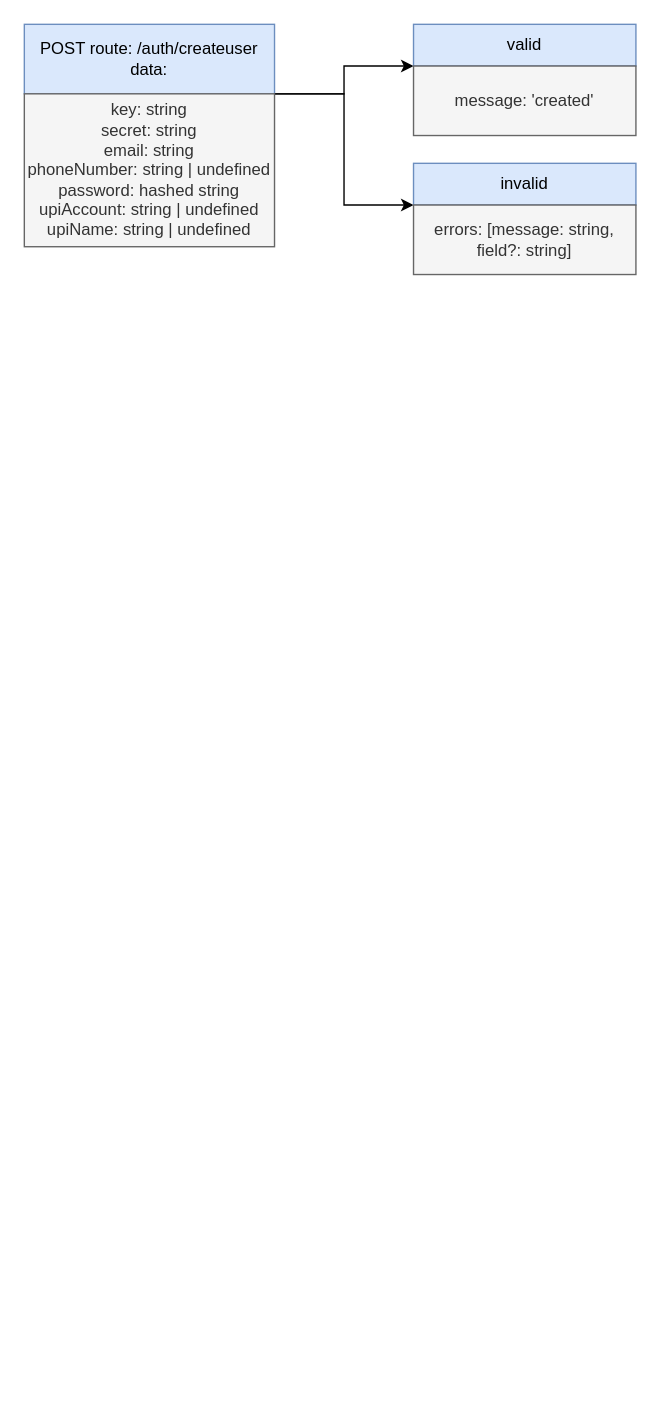
The draw.io diagram page "Auth" (2 of 4) of API Requests.drawio in papaya147/verbose-engine, before the edit. Source tidied: cells renumbered, new cells numbered last; positions are measured from the earlier drawing's top-left corner, leaving out a move shared by most shapes. Both pictures are drawn from the tidied source at 139%, with x=0, y=0 at pixel (24, 24).
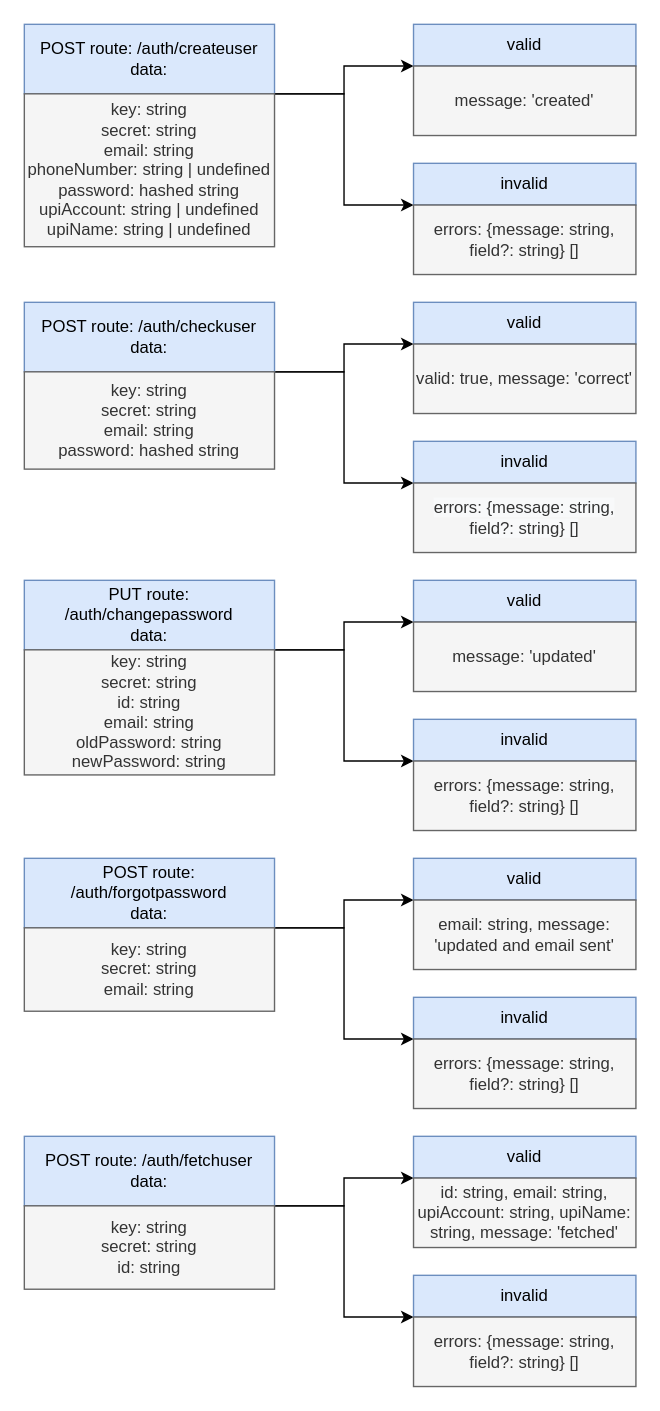
After the change.

The edit, as a diff of the source:
```diff
@@
-    <mxCell id="9" value="errors: [message: string, field?: string]" style="rounded=0;whiteSpace=wrap;html=1;fillColor=#f5f5f5;strokeColor=#666666;fontColor=#333333;align=center;" parent="1" vertex="1">
+    <mxCell id="9" value="errors: {message: string, field?: string} []" style="rounded=0;whiteSpace=wrap;html=1;fillColor=#f5f5f5;strokeColor=#666666;fontColor=#333333;align=center;" parent="1" vertex="1">
       <mxGeometry x="280" y="130" width="160" height="50" as="geometry" />
     </mxCell>
+    <mxCell id="10" style="edgeStyle=orthogonalEdgeStyle;rounded=0;jettySize=auto;html=1;exitX=1;exitY=1;exitDx=0;exitDy=0;entryX=0;entryY=0;entryDx=0;entryDy=0;" parent="1" edge="1" source="12" target="15">
+      <mxGeometry relative="1" as="geometry">
+        <Array as="points">
+          <mxPoint x="230" y="250" />
+          <mxPoint x="230" y="230" />
+        </Array>
+      </mxGeometry>
+    </mxCell>
+    <mxCell id="11" style="edgeStyle=orthogonalEdgeStyle;rounded=0;jettySize=auto;html=1;exitX=1;exitY=1;exitDx=0;exitDy=0;entryX=0;entryY=0;entryDx=0;entryDy=0;fontColor=#333333;" parent="1" edge="1" source="12" target="17">
+      <mxGeometry relative="1" as="geometry">
+        <Array as="points">
+          <mxPoint x="230" y="250" />
+          <mxPoint x="230" y="330" />
+        </Array>
+      </mxGeometry>
+    </mxCell>
+    <mxCell id="12" value="POST route: /auth/checkuser&lt;br&gt;data:" style="rounded=0;whiteSpace=wrap;html=1;fillColor=#dae8fc;strokeColor=#6c8ebf;" parent="1" vertex="1">
+      <mxGeometry y="200" width="180" height="50" as="geometry" />
+    </mxCell>
+    <mxCell id="13" value="key: string&lt;br&gt;secret: string&lt;br&gt;email: string&lt;br&gt;password: hashed string" style="rounded=0;whiteSpace=wrap;html=1;fillColor=#f5f5f5;strokeColor=#666666;fontColor=#333333;" parent="1" vertex="1">
+      <mxGeometry y="250" width="180" height="70" as="geometry" />
+    </mxCell>
+    <mxCell id="14" value="valid" style="rounded=0;whiteSpace=wrap;html=1;fillColor=#dae8fc;strokeColor=#6c8ebf;" parent="1" vertex="1">
+      <mxGeometry x="280" y="200" width="160" height="30" as="geometry" />
+    </mxCell>
+    <mxCell id="15" value="valid: true, message: 'correct'" style="rounded=0;whiteSpace=wrap;html=1;fillColor=#f5f5f5;strokeColor=#666666;fontColor=#333333;" parent="1" vertex="1">
+      <mxGeometry x="280" y="230" width="160" height="50" as="geometry" />
+    </mxCell>
+    <mxCell id="16" value="invalid" style="rounded=0;whiteSpace=wrap;html=1;fillColor=#dae8fc;strokeColor=#6c8ebf;" parent="1" vertex="1">
+      <mxGeometry x="280" y="300" width="160" height="30" as="geometry" />
+    </mxCell>
+    <mxCell id="17" value="&lt;span style=&quot;caret-color: rgb(51, 51, 51); color: rgb(51, 51, 51); font-family: Helvetica; font-size: 12px; font-style: normal; font-variant-caps: normal; font-weight: 400; letter-spacing: normal; text-align: center; text-indent: 0px; text-transform: none; word-spacing: 0px; -webkit-text-stroke-width: 0px; background-color: rgb(248, 249, 250); text-decoration: none; float: none; display: inline !important;&quot;&gt;errors: {message: string, field?: string} []&lt;/span&gt;" style="rounded=0;whiteSpace=wrap;html=1;fillColor=#f5f5f5;strokeColor=#666666;fontColor=#333333;align=center;" parent="1" vertex="1">
+      <mxGeometry x="280" y="330" width="160" height="50" as="geometry" />
+    </mxCell>
+    <mxCell id="18" style="edgeStyle=orthogonalEdgeStyle;rounded=0;jettySize=auto;html=1;exitX=1;exitY=1;exitDx=0;exitDy=0;entryX=0;entryY=0;entryDx=0;entryDy=0;" parent="1" edge="1" source="20" target="23">
+      <mxGeometry relative="1" as="geometry">
+        <Array as="points">
+          <mxPoint x="230" y="450" />
+          <mxPoint x="230" y="430" />
+        </Array>
+      </mxGeometry>
+    </mxCell>
+    <mxCell id="19" style="edgeStyle=orthogonalEdgeStyle;rounded=0;jettySize=auto;html=1;exitX=1;exitY=1;exitDx=0;exitDy=0;entryX=0;entryY=0;entryDx=0;entryDy=0;fontColor=#333333;" parent="1" edge="1" source="20" target="25">
+      <mxGeometry relative="1" as="geometry">
+        <Array as="points">
+          <mxPoint x="230" y="450" />
+          <mxPoint x="230" y="530" />
+        </Array>
+      </mxGeometry>
+    </mxCell>
+    <mxCell id="20" value="PUT&amp;nbsp;route: /auth/changepassword&lt;br&gt;data:" style="rounded=0;whiteSpace=wrap;html=1;fillColor=#dae8fc;strokeColor=#6c8ebf;" parent="1" vertex="1">
+      <mxGeometry y="400" width="180" height="50" as="geometry" />
+    </mxCell>
+    <mxCell id="21" value="key: string&lt;br&gt;secret: string&lt;br&gt;id: string&lt;br&gt;email: string&lt;br&gt;oldPassword: string&lt;br&gt;newPassword: string" style="rounded=0;whiteSpace=wrap;html=1;fillColor=#f5f5f5;strokeColor=#666666;fontColor=#333333;" parent="1" vertex="1">
+      <mxGeometry y="450" width="180" height="90" as="geometry" />
+    </mxCell>
+    <mxCell id="22" value="valid" style="rounded=0;whiteSpace=wrap;html=1;fillColor=#dae8fc;strokeColor=#6c8ebf;" parent="1" vertex="1">
+      <mxGeometry x="280" y="400" width="160" height="30" as="geometry" />
+    </mxCell>
+    <mxCell id="23" value="message: 'updated'" style="rounded=0;whiteSpace=wrap;html=1;fillColor=#f5f5f5;strokeColor=#666666;fontColor=#333333;" parent="1" vertex="1">
+      <mxGeometry x="280" y="430" width="160" height="50" as="geometry" />
+    </mxCell>
+    <mxCell id="24" value="invalid" style="rounded=0;whiteSpace=wrap;html=1;fillColor=#dae8fc;strokeColor=#6c8ebf;" parent="1" vertex="1">
+      <mxGeometry x="280" y="500" width="160" height="30" as="geometry" />
+    </mxCell>
+    <mxCell id="25" value="errors: {message: string, field?: string} []" style="rounded=0;whiteSpace=wrap;html=1;fillColor=#f5f5f5;strokeColor=#666666;fontColor=#333333;align=center;" parent="1" vertex="1">
+      <mxGeometry x="280" y="530" width="160" height="50" as="geometry" />
+    </mxCell>
+    <mxCell id="26" style="edgeStyle=orthogonalEdgeStyle;rounded=0;jettySize=auto;html=1;exitX=1;exitY=1;exitDx=0;exitDy=0;entryX=0;entryY=0;entryDx=0;entryDy=0;" parent="1" edge="1" source="28" target="31">
+      <mxGeometry relative="1" as="geometry">
+        <Array as="points">
+          <mxPoint x="230" y="650" />
+          <mxPoint x="230" y="630" />
+        </Array>
+      </mxGeometry>
+    </mxCell>
+    <mxCell id="27" style="edgeStyle=orthogonalEdgeStyle;rounded=0;jettySize=auto;html=1;exitX=1;exitY=1;exitDx=0;exitDy=0;entryX=0;entryY=0;entryDx=0;entryDy=0;fontColor=#333333;" parent="1" edge="1" source="28" target="33">
+      <mxGeometry relative="1" as="geometry">
+        <Array as="points">
+          <mxPoint x="230" y="650" />
+          <mxPoint x="230" y="730" />
+        </Array>
+      </mxGeometry>
+    </mxCell>
+    <mxCell id="28" value="POST route: /auth/forgotpassword&lt;br&gt;data:" style="rounded=0;whiteSpace=wrap;html=1;fillColor=#dae8fc;strokeColor=#6c8ebf;" parent="1" vertex="1">
+      <mxGeometry y="600" width="180" height="50" as="geometry" />
+    </mxCell>
+    <mxCell id="29" value="key: string&lt;br&gt;secret: string&lt;br&gt;email: string" style="rounded=0;whiteSpace=wrap;html=1;fillColor=#f5f5f5;strokeColor=#666666;fontColor=#333333;" parent="1" vertex="1">
+      <mxGeometry y="650" width="180" height="60" as="geometry" />
+    </mxCell>
+    <mxCell id="30" value="valid" style="rounded=0;whiteSpace=wrap;html=1;fillColor=#dae8fc;strokeColor=#6c8ebf;" parent="1" vertex="1">
+      <mxGeometry x="280" y="600" width="160" height="30" as="geometry" />
+    </mxCell>
+    <mxCell id="31" value="email: string, message: 'updated and email sent'" style="rounded=0;whiteSpace=wrap;html=1;fillColor=#f5f5f5;strokeColor=#666666;fontColor=#333333;" parent="1" vertex="1">
+      <mxGeometry x="280" y="630" width="160" height="50" as="geometry" />
+    </mxCell>
+    <mxCell id="32" value="invalid" style="rounded=0;whiteSpace=wrap;html=1;fillColor=#dae8fc;strokeColor=#6c8ebf;" parent="1" vertex="1">
+      <mxGeometry x="280" y="700" width="160" height="30" as="geometry" />
+    </mxCell>
+    <mxCell id="33" value="errors: {message: string, field?: string} []" style="rounded=0;whiteSpace=wrap;html=1;fillColor=#f5f5f5;strokeColor=#666666;fontColor=#333333;align=center;" parent="1" vertex="1">
+      <mxGeometry x="280" y="730" width="160" height="50" as="geometry" />
+    </mxCell>
+    <mxCell id="34" style="edgeStyle=orthogonalEdgeStyle;rounded=0;jettySize=auto;html=1;exitX=1;exitY=1;exitDx=0;exitDy=0;entryX=0;entryY=0;entryDx=0;entryDy=0;" parent="1" edge="1" source="36" target="39">
+      <mxGeometry relative="1" as="geometry">
+        <Array as="points">
+          <mxPoint x="230" y="850" />
+          <mxPoint x="230" y="830" />
+        </Array>
+      </mxGeometry>
+    </mxCell>
+    <mxCell id="35" style="edgeStyle=orthogonalEdgeStyle;rounded=0;jettySize=auto;html=1;exitX=1;exitY=1;exitDx=0;exitDy=0;entryX=0;entryY=0;entryDx=0;entryDy=0;fontColor=#333333;" parent="1" edge="1" source="36" target="41">
+      <mxGeometry relative="1" as="geometry">
+        <Array as="points">
+          <mxPoint x="230" y="850" />
+          <mxPoint x="230" y="930" />
+        </Array>
+      </mxGeometry>
+    </mxCell>
+    <mxCell id="36" value="POST route: /auth/fetchuser&lt;br&gt;data:" style="rounded=0;whiteSpace=wrap;html=1;fillColor=#dae8fc;strokeColor=#6c8ebf;" parent="1" vertex="1">
+      <mxGeometry y="800" width="180" height="50" as="geometry" />
+    </mxCell>
+    <mxCell id="37" value="key: string&lt;br&gt;secret: string&lt;br&gt;id: string" style="rounded=0;whiteSpace=wrap;html=1;fillColor=#f5f5f5;strokeColor=#666666;fontColor=#333333;" parent="1" vertex="1">
+      <mxGeometry y="850" width="180" height="60" as="geometry" />
+    </mxCell>
+    <mxCell id="38" value="valid" style="rounded=0;whiteSpace=wrap;html=1;fillColor=#dae8fc;strokeColor=#6c8ebf;" parent="1" vertex="1">
+      <mxGeometry x="280" y="800" width="160" height="30" as="geometry" />
+    </mxCell>
+    <mxCell id="39" value="id: string, email: string, upiAccount: string, upiName: string, message: 'fetched'" style="rounded=0;whiteSpace=wrap;html=1;fillColor=#f5f5f5;strokeColor=#666666;fontColor=#333333;" parent="1" vertex="1">
+      <mxGeometry x="280" y="830" width="160" height="50" as="geometry" />
+    </mxCell>
+    <mxCell id="40" value="invalid" style="rounded=0;whiteSpace=wrap;html=1;fillColor=#dae8fc;strokeColor=#6c8ebf;" parent="1" vertex="1">
+      <mxGeometry x="280" y="900" width="160" height="30" as="geometry" />
+    </mxCell>
+    <mxCell id="41" value="errors: {message: string, field?: string} []" style="rounded=0;whiteSpace=wrap;html=1;fillColor=#f5f5f5;strokeColor=#666666;fontColor=#333333;align=center;" parent="1" vertex="1">
+      <mxGeometry x="280" y="930" width="160" height="50" as="geometry" />
+    </mxCell>
```
